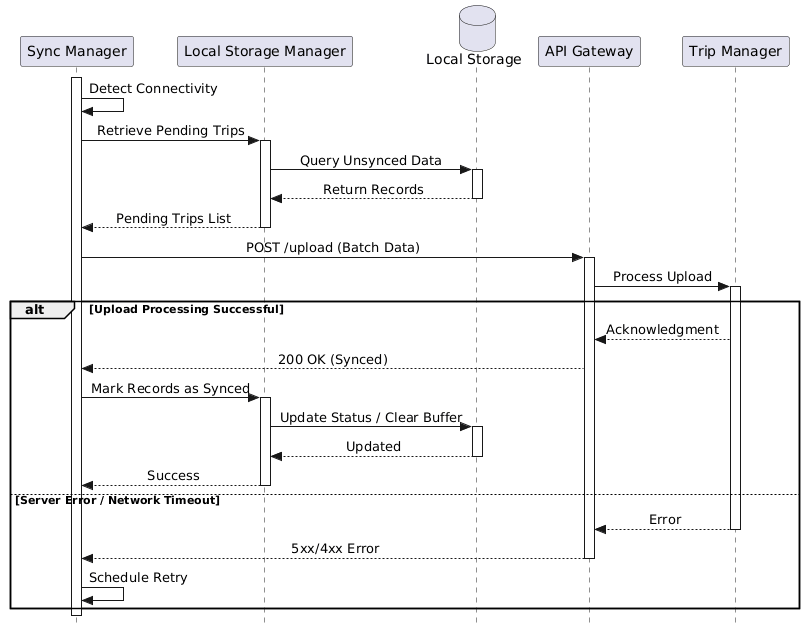
The PlantUML diagram DD/img/section2/rv/rv5.png in WeridFire/MarettiMartini, before a commit.
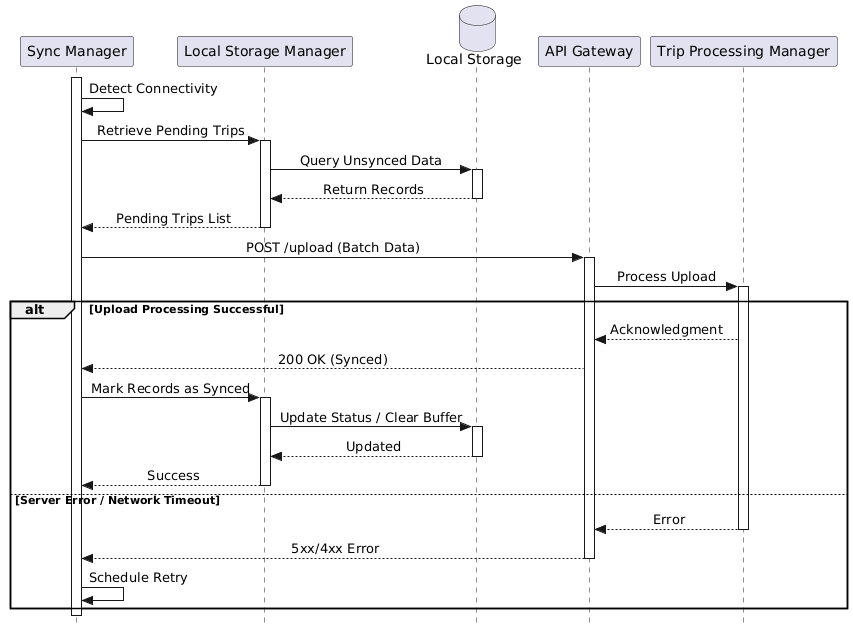
After the change.

Diff of the diagram source:
```diff
@@ -6,7 +6,7 @@
 participant "Local Storage Manager" as LSM
 database "Local Storage" as LS
 participant "API Gateway" as GW
-participant "Trip Manager" as TM
+participant "Trip Processing Manager" as TM
 
 activate SM
 SM -> SM : Detect Connectivity
```
